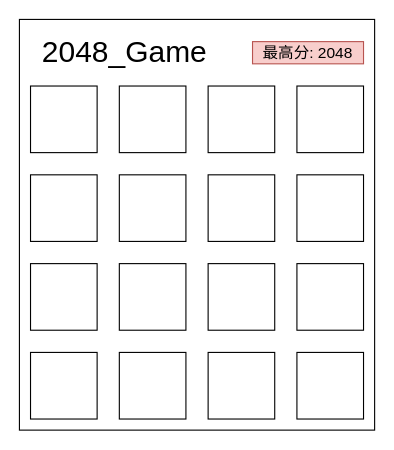
Earlier version of the draw.io diagram 2048.drawio (ArcherWayne/pygame-2048). Source tidied: cells renumbered, new cells numbered last; positions are measured from the earlier drawing's top-left corner, leaving out a move shared by most shapes. Both pictures are drawn from the tidied source at 111%, with x=0, y=0 at pixel (19, 19).
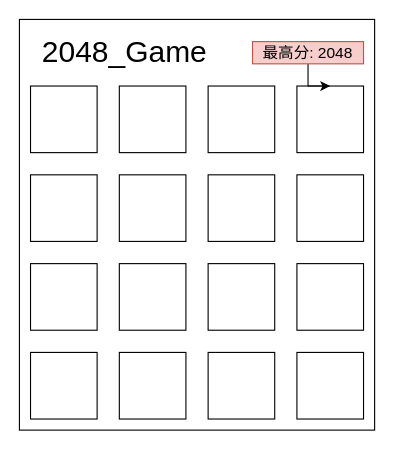
The same diagram, later.

Unchanged cells that the change refers to:
```xml
<mxCell id="18" style="rounded=0;whiteSpace=wrap;html=1;" parent="1" vertex="1">
  <mxGeometry x="250" y="60" width="60" height="60" as="geometry" />
</mxCell>
<mxCell id="20" value="&lt;font style=&quot;font-size: 14px&quot;&gt;最高分: 2048&lt;/font&gt;" style="text;html=1;strokeColor=#b85450;fillColor=#f8cecc;align=center;verticalAlign=middle;whiteSpace=wrap;rounded=0;" parent="1" vertex="1">
  <mxGeometry x="210" y="20" width="100" height="20" as="geometry" />
</mxCell>
```

What changed in the source:
```diff
@@
+    <mxCell id="21" style="edgeStyle=orthogonalEdgeStyle;rounded=0;jettySize=auto;html=1;" parent="1" edge="1" source="20" target="18">
+      <mxGeometry relative="1" as="geometry" />
+    </mxCell>
```
